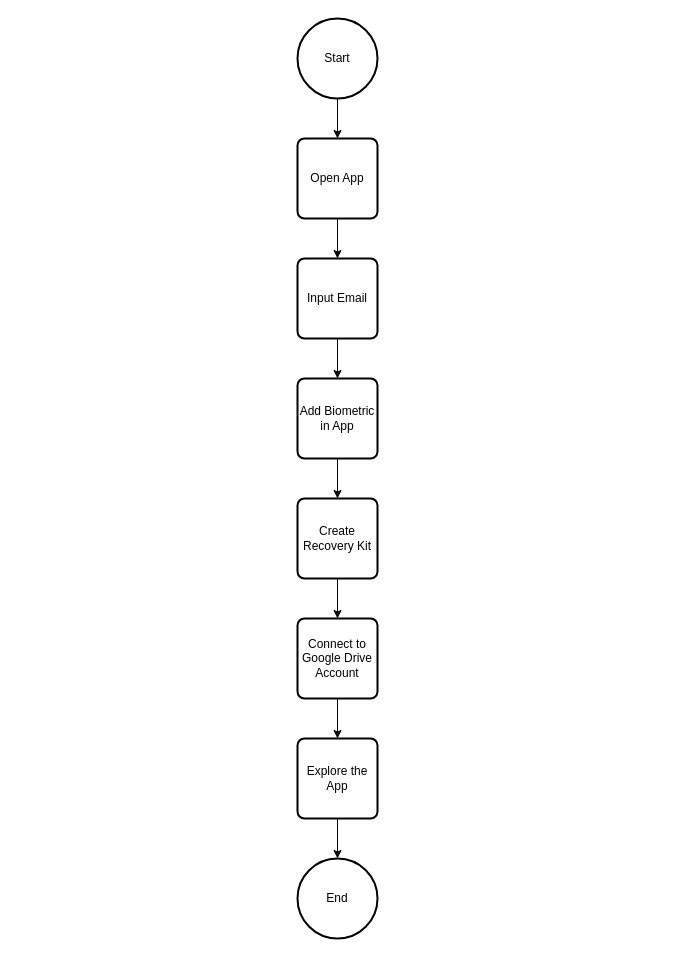
The draw.io diagram ZenGo Use (W).drawio in hanggaa/Diagram, before the edit. Source tidied: cells renumbered, new cells numbered last; positions are measured from the earlier drawing's top-left corner, leaving out a move shared by most shapes. Both pictures are drawn from the tidied source at 100%, with x=0, y=0 at pixel (297, 18).
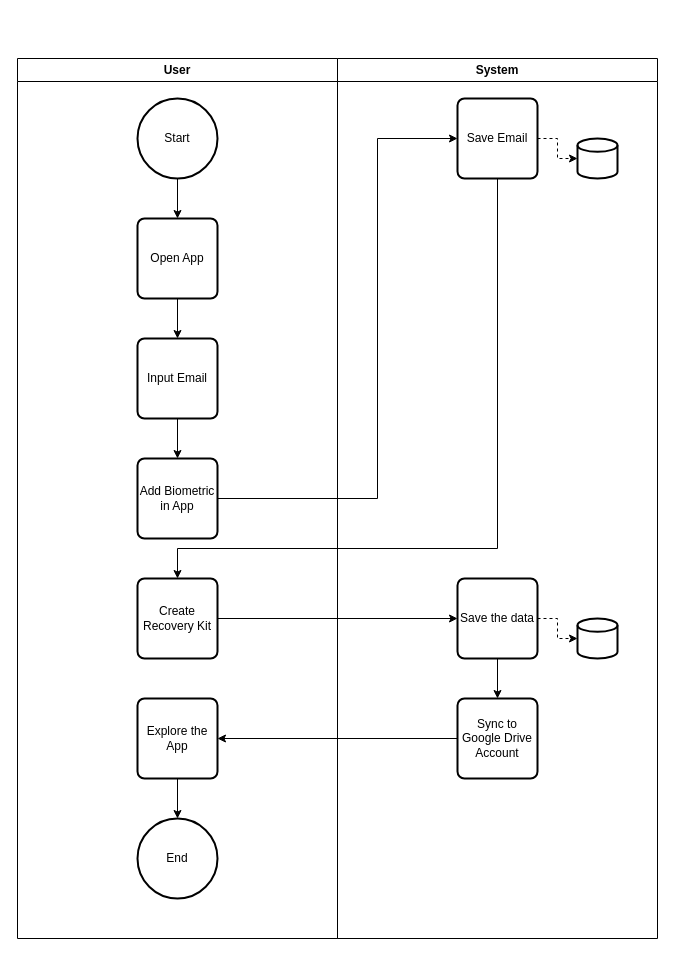
Above is the later version.

Change to the diagram source:
```diff
@@
+    <mxCell id="17" value="User" style="swimlane;whiteSpace=wrap;html=1;" parent="1" vertex="1">
+      <mxGeometry x="-280" y="40" width="320" height="880" as="geometry" />
+    </mxCell>
-    <mxCell id="2" style="edgeStyle=orthogonalEdgeStyle;rounded=0;jettySize=auto;html=1;exitX=0.5;exitY=1;exitDx=0;exitDy=0;exitPerimeter=0;entryX=0.5;entryY=0;entryDx=0;entryDy=0;" parent="1" edge="1" source="3" target="5">
+    <mxCell id="2" style="edgeStyle=orthogonalEdgeStyle;rounded=0;jettySize=auto;html=1;exitX=0.5;exitY=1;exitDx=0;exitDy=0;exitPerimeter=0;entryX=0.5;entryY=0;entryDx=0;entryDy=0;" parent="17" edge="1" source="3" target="5">
       <mxGeometry relative="1" as="geometry" />
     </mxCell>
-    <mxCell id="3" value="Start" style="strokeWidth=2;html=1;shape=mxgraph.flowchart.start_2;whiteSpace=wrap;" parent="1" vertex="1">
-      <mxGeometry width="80" height="80" as="geometry" />
+    <mxCell id="3" value="Start" style="strokeWidth=2;html=1;shape=mxgraph.flowchart.start_2;whiteSpace=wrap;" parent="17" vertex="1">
+      <mxGeometry x="120" y="40" width="80" height="80" as="geometry" />
     </mxCell>
-    <mxCell id="4" style="edgeStyle=orthogonalEdgeStyle;rounded=0;jettySize=auto;html=1;exitX=0.5;exitY=1;exitDx=0;exitDy=0;entryX=0.5;entryY=0;entryDx=0;entryDy=0;" parent="1" edge="1" source="5" target="7">
+    <mxCell id="4" style="edgeStyle=orthogonalEdgeStyle;rounded=0;jettySize=auto;html=1;exitX=0.5;exitY=1;exitDx=0;exitDy=0;entryX=0.5;entryY=0;entryDx=0;entryDy=0;" parent="17" edge="1" source="5" target="7">
       <mxGeometry relative="1" as="geometry" />
     </mxCell>
-    <mxCell id="5" value="Open App" style="rounded=1;whiteSpace=wrap;html=1;absoluteArcSize=1;arcSize=14;strokeWidth=2;" parent="1" vertex="1">
-      <mxGeometry y="120" width="80" height="80" as="geometry" />
+    <mxCell id="5" value="Open App" style="rounded=1;whiteSpace=wrap;html=1;absoluteArcSize=1;arcSize=14;strokeWidth=2;" parent="17" vertex="1">
+      <mxGeometry x="120" y="160" width="80" height="80" as="geometry" />
     </mxCell>
-    <mxCell id="6" style="edgeStyle=orthogonalEdgeStyle;rounded=0;jettySize=auto;html=1;exitX=0.5;exitY=1;exitDx=0;exitDy=0;entryX=0.5;entryY=0;entryDx=0;entryDy=0;" parent="1" edge="1" source="7" target="9">
+    <mxCell id="6" style="edgeStyle=orthogonalEdgeStyle;rounded=0;jettySize=auto;html=1;exitX=0.5;exitY=1;exitDx=0;exitDy=0;entryX=0.5;entryY=0;entryDx=0;entryDy=0;" parent="17" edge="1" source="7" target="9">
       <mxGeometry relative="1" as="geometry" />
     </mxCell>
-    <mxCell id="7" value="Input Email" style="rounded=1;whiteSpace=wrap;html=1;absoluteArcSize=1;arcSize=14;strokeWidth=2;" parent="1" vertex="1">
-      <mxGeometry y="240" width="80" height="80" as="geometry" />
+    <mxCell id="7" value="Input Email" style="rounded=1;whiteSpace=wrap;html=1;absoluteArcSize=1;arcSize=14;strokeWidth=2;" parent="17" vertex="1">
+      <mxGeometry x="120" y="280" width="80" height="80" as="geometry" />
     </mxCell>
-    <mxCell id="8" style="edgeStyle=orthogonalEdgeStyle;rounded=0;jettySize=auto;html=1;exitX=0.5;exitY=1;exitDx=0;exitDy=0;entryX=0.5;entryY=0;entryDx=0;entryDy=0;" parent="1" edge="1" source="9" target="11">
-      <mxGeometry relative="1" as="geometry" />
-    </mxCell>
-    <mxCell id="9" value="Add Biometric in App" style="rounded=1;whiteSpace=wrap;html=1;absoluteArcSize=1;arcSize=14;strokeWidth=2;" parent="1" vertex="1">
-      <mxGeometry y="360" width="80" height="80" as="geometry" />
+    <mxCell id="9" value="Add Biometric in App" style="rounded=1;whiteSpace=wrap;html=1;absoluteArcSize=1;arcSize=14;strokeWidth=2;" parent="17" vertex="1">
+      <mxGeometry x="120" y="400" width="80" height="80" as="geometry" />
     </mxCell>
-    <mxCell id="10" style="edgeStyle=orthogonalEdgeStyle;rounded=0;jettySize=auto;html=1;exitX=0.5;exitY=1;exitDx=0;exitDy=0;entryX=0.5;entryY=0;entryDx=0;entryDy=0;" parent="1" edge="1" source="11" target="13">
-      <mxGeometry relative="1" as="geometry" />
-    </mxCell>
-    <mxCell id="11" value="Create Recovery Kit" style="rounded=1;whiteSpace=wrap;html=1;absoluteArcSize=1;arcSize=14;strokeWidth=2;" parent="1" vertex="1">
-      <mxGeometry y="480" width="80" height="80" as="geometry" />
+    <mxCell id="11" value="Create Recovery Kit" style="rounded=1;whiteSpace=wrap;html=1;absoluteArcSize=1;arcSize=14;strokeWidth=2;" parent="17" vertex="1">
+      <mxGeometry x="120" y="520" width="80" height="80" as="geometry" />
     </mxCell>
-    <mxCell id="12" style="edgeStyle=orthogonalEdgeStyle;rounded=0;jettySize=auto;html=1;exitX=0.5;exitY=1;exitDx=0;exitDy=0;entryX=0.5;entryY=0;entryDx=0;entryDy=0;" parent="1" edge="1" source="13" target="15">
-      <mxGeometry relative="1" as="geometry" />
-    </mxCell>
-    <mxCell id="13" value="Connect to Google Drive Account" style="rounded=1;whiteSpace=wrap;html=1;absoluteArcSize=1;arcSize=14;strokeWidth=2;" parent="1" vertex="1">
-      <mxGeometry y="600" width="80" height="80" as="geometry" />
-    </mxCell>
-    <mxCell id="14" style="edgeStyle=orthogonalEdgeStyle;rounded=0;jettySize=auto;html=1;exitX=0.5;exitY=1;exitDx=0;exitDy=0;entryX=0.5;entryY=0;entryDx=0;entryDy=0;entryPerimeter=0;" parent="1" edge="1" source="15" target="16">
+    <mxCell id="14" style="edgeStyle=orthogonalEdgeStyle;rounded=0;jettySize=auto;html=1;exitX=0.5;exitY=1;exitDx=0;exitDy=0;entryX=0.5;entryY=0;entryDx=0;entryDy=0;entryPerimeter=0;" parent="17" edge="1" source="15" target="16">
       <mxGeometry relative="1" as="geometry" />
     </mxCell>
-    <mxCell id="15" value="Explore the App" style="rounded=1;whiteSpace=wrap;html=1;absoluteArcSize=1;arcSize=14;strokeWidth=2;" parent="1" vertex="1">
-      <mxGeometry y="720" width="80" height="80" as="geometry" />
+    <mxCell id="15" value="Explore the App" style="rounded=1;whiteSpace=wrap;html=1;absoluteArcSize=1;arcSize=14;strokeWidth=2;" parent="17" vertex="1">
+      <mxGeometry x="120" y="640" width="80" height="80" as="geometry" />
     </mxCell>
-    <mxCell id="16" value="End" style="strokeWidth=2;html=1;shape=mxgraph.flowchart.start_2;whiteSpace=wrap;" parent="1" vertex="1">
-      <mxGeometry y="840" width="80" height="80" as="geometry" />
+    <mxCell id="16" value="End" style="strokeWidth=2;html=1;shape=mxgraph.flowchart.start_2;whiteSpace=wrap;" parent="17" vertex="1">
+      <mxGeometry x="120" y="760" width="80" height="80" as="geometry" />
     </mxCell>
+    <mxCell id="18" value="System" style="swimlane;whiteSpace=wrap;html=1;startSize=23;" parent="1" vertex="1">
+      <mxGeometry x="40" y="40" width="320" height="880" as="geometry" />
+    </mxCell>
+    <mxCell id="19" style="edgeStyle=orthogonalEdgeStyle;rounded=0;jettySize=auto;html=1;exitX=1;exitY=0.5;exitDx=0;exitDy=0;entryX=0;entryY=0.5;entryDx=0;entryDy=0;entryPerimeter=0;dashed=1;" parent="18" edge="1" source="20" target="21">
+      <mxGeometry relative="1" as="geometry" />
+    </mxCell>
+    <mxCell id="20" value="Save Email" style="rounded=1;whiteSpace=wrap;html=1;absoluteArcSize=1;arcSize=14;strokeWidth=2;" parent="18" vertex="1">
+      <mxGeometry x="120" y="40" width="80" height="80" as="geometry" />
+    </mxCell>
+    <mxCell id="21" style="strokeWidth=2;html=1;shape=mxgraph.flowchart.database;whiteSpace=wrap;" parent="18" vertex="1">
+      <mxGeometry x="240" y="80" width="40" height="40" as="geometry" />
+    </mxCell>
+    <mxCell id="22" style="edgeStyle=orthogonalEdgeStyle;rounded=0;jettySize=auto;html=1;exitX=1;exitY=0.5;exitDx=0;exitDy=0;entryX=0;entryY=0.5;entryDx=0;entryDy=0;entryPerimeter=0;dashed=1;" parent="18" edge="1" source="24" target="25">
+      <mxGeometry relative="1" as="geometry" />
+    </mxCell>
+    <mxCell id="23" style="edgeStyle=orthogonalEdgeStyle;rounded=0;jettySize=auto;html=1;exitX=0.5;exitY=1;exitDx=0;exitDy=0;entryX=0.5;entryY=0;entryDx=0;entryDy=0;" parent="18" edge="1" source="24" target="26">
+      <mxGeometry relative="1" as="geometry" />
+    </mxCell>
+    <mxCell id="24" value="Save the data" style="rounded=1;whiteSpace=wrap;html=1;absoluteArcSize=1;arcSize=14;strokeWidth=2;" parent="18" vertex="1">
+      <mxGeometry x="120" y="520" width="80" height="80" as="geometry" />
+    </mxCell>
+    <mxCell id="25" style="strokeWidth=2;html=1;shape=mxgraph.flowchart.database;whiteSpace=wrap;" parent="18" vertex="1">
+      <mxGeometry x="240" y="560" width="40" height="40" as="geometry" />
+    </mxCell>
+    <mxCell id="26" value="Sync to Google Drive Account" style="rounded=1;whiteSpace=wrap;html=1;absoluteArcSize=1;arcSize=14;strokeWidth=2;" parent="18" vertex="1">
+      <mxGeometry x="120" y="640" width="80" height="80" as="geometry" />
+    </mxCell>
+    <mxCell id="27" style="edgeStyle=orthogonalEdgeStyle;rounded=0;jettySize=auto;html=1;exitX=1;exitY=0.5;exitDx=0;exitDy=0;entryX=0;entryY=0.5;entryDx=0;entryDy=0;" parent="1" edge="1" source="9" target="20">
+      <mxGeometry relative="1" as="geometry">
+        <Array as="points">
+          <mxPoint x="80" y="480" />
+          <mxPoint x="80" y="120" />
+        </Array>
+      </mxGeometry>
+    </mxCell>
+    <mxCell id="28" style="edgeStyle=orthogonalEdgeStyle;rounded=0;jettySize=auto;html=1;exitX=0.5;exitY=1;exitDx=0;exitDy=0;entryX=0.5;entryY=0;entryDx=0;entryDy=0;" parent="1" edge="1" source="20" target="11">
+      <mxGeometry relative="1" as="geometry">
+        <Array as="points">
+          <mxPoint x="200" y="530" />
+          <mxPoint x="-120" y="530" />
+        </Array>
+      </mxGeometry>
+    </mxCell>
+    <mxCell id="29" style="edgeStyle=orthogonalEdgeStyle;rounded=0;jettySize=auto;html=1;exitX=1;exitY=0.5;exitDx=0;exitDy=0;entryX=0;entryY=0.5;entryDx=0;entryDy=0;" parent="1" edge="1" source="11" target="24">
+      <mxGeometry relative="1" as="geometry" />
+    </mxCell>
+    <mxCell id="30" style="edgeStyle=orthogonalEdgeStyle;rounded=0;jettySize=auto;html=1;exitX=0;exitY=0.5;exitDx=0;exitDy=0;entryX=1;entryY=0.5;entryDx=0;entryDy=0;" parent="1" edge="1" source="26" target="15">
+      <mxGeometry relative="1" as="geometry" />
+    </mxCell>
```
